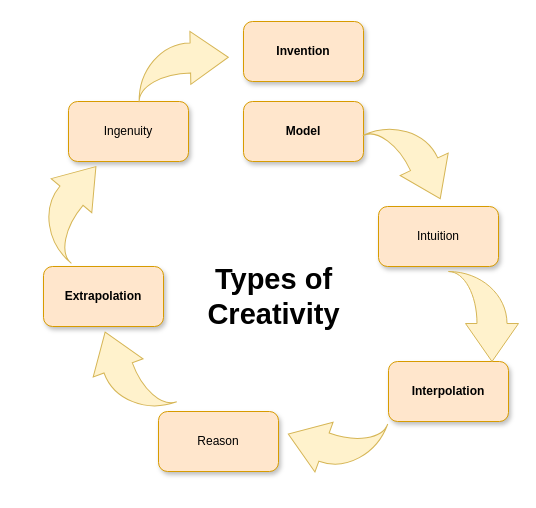
codeaudit/1 keeps this draw.io diagram as creativity_cycle.drawio. Above is the earlier version. Source tidied: cells renumbered, new cells numbered last; positions are measured from the earlier drawing's top-left corner, leaving out a move shared by most shapes. Both pictures are drawn from the tidied source at 100%, with x=0, y=0 at pixel (28, 21).
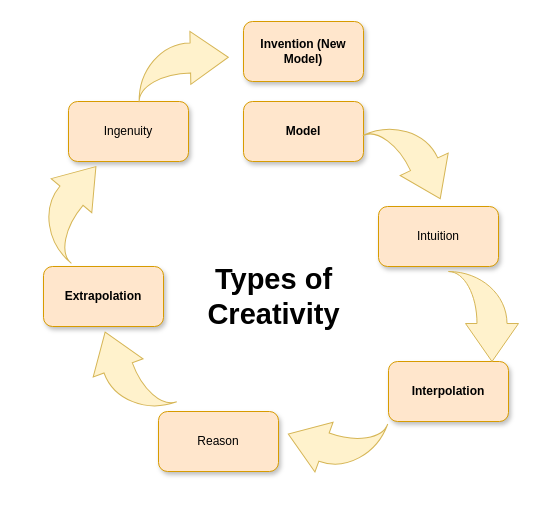
After the change.

Diff of the diagram source:
```diff
@@
 <mxGraphModel background="#ffffff">
   <root>
     <mxCell id="0" />
     <mxCell id="1" parent="0" />
-    <mxCell id="2" value="&lt;b&gt;Invention&lt;/b&gt;" style="rounded=1;whiteSpace=wrap;html=1;shadow=1;strokeColor=#d79b00;fillColor=#ffe6cc;align=center;" parent="1" vertex="1">
+    <mxCell id="2" value="&lt;b&gt;Invention (New Model)&lt;/b&gt;" style="rounded=1;whiteSpace=wrap;html=1;shadow=1;strokeColor=#d79b00;fillColor=#ffe6cc;align=center;" parent="1" vertex="1">
       <mxGeometry x="215" width="120" height="60" as="geometry" />
     </mxCell>
     <mxCell id="3" value="&lt;b&gt;Model&lt;/b&gt;" style="rounded=1;whiteSpace=wrap;html=1;shadow=1;strokeColor=#d79b00;fillColor=#ffe6cc;align=center;" parent="1" vertex="1">
       <mxGeometry x="215" y="80" width="120" height="60" as="geometry" />
     </mxCell>
     <mxCell id="4" value="Intuition" style="rounded=1;whiteSpace=wrap;html=1;shadow=1;strokeColor=#d79b00;fillColor=#ffe6cc;align=center;" parent="1" vertex="1">
       <mxGeometry x="350" y="185" width="120" height="60" as="geometry" />
     </mxCell>
     <mxCell id="5" value="&lt;b&gt;Interpolation&lt;/b&gt;" style="rounded=1;whiteSpace=wrap;html=1;shadow=1;strokeColor=#d79b00;fillColor=#ffe6cc;align=center;" parent="1" vertex="1">
       <mxGeometry x="360" y="340" width="120" height="60" as="geometry" />
     </mxCell>
     <mxCell id="6" value="Reason" style="rounded=1;whiteSpace=wrap;html=1;shadow=1;strokeColor=#d79b00;fillColor=#ffe6cc;align=center;" parent="1" vertex="1">
       <mxGeometry x="130" y="390" width="120" height="60" as="geometry" />
     </mxCell>
     <mxCell id="7" value="&lt;b&gt;Extrapolation&lt;/b&gt;" style="rounded=1;whiteSpace=wrap;html=1;shadow=1;strokeColor=#d79b00;fillColor=#ffe6cc;align=center;" parent="1" vertex="1">
       <mxGeometry x="15" y="245" width="120" height="60" as="geometry" />
     </mxCell>
     <mxCell id="8" value="Ingenuity" style="rounded=1;whiteSpace=wrap;html=1;shadow=1;strokeColor=#d79b00;fillColor=#ffe6cc;align=center;" parent="1" vertex="1">
       <mxGeometry x="40" y="80" width="120" height="60" as="geometry" />
     </mxCell>
     <mxCell id="9" style="html=1;shadow=0;dashed=0;align=center;verticalAlign=middle;shape=mxgraph.arrows2.jumpInArrow;dy=15;dx=38;arrowHead=53;strokeColor=#d6b656;fillColor=#fff2cc;rotation=90;" parent="1" vertex="1">
       <mxGeometry x="410" y="260" width="90" height="70" as="geometry" />
     </mxCell>
     <mxCell id="10" style="html=1;shadow=0;dashed=0;align=center;verticalAlign=middle;shape=mxgraph.arrows2.jumpInArrow;dy=15;dx=38;arrowHead=53;strokeColor=#d6b656;fillColor=#fff2cc;rotation=-110;" parent="1" vertex="1">
       <mxGeometry x="55" y="315" width="90" height="70" as="geometry" />
     </mxCell>
     <mxCell id="11" style="html=1;shadow=0;dashed=0;align=center;verticalAlign=middle;shape=mxgraph.arrows2.jumpInArrow;dy=15;dx=38;arrowHead=53;strokeColor=#d6b656;fillColor=#fff2cc;rotation=-160;" parent="1" vertex="1">
       <mxGeometry x="260" y="385" width="90" height="70" as="geometry" />
     </mxCell>
     <mxCell id="12" style="html=1;shadow=0;dashed=0;align=center;verticalAlign=middle;shape=mxgraph.arrows2.jumpInArrow;dy=15;dx=38;arrowHead=53;strokeColor=#d6b656;fillColor=#fff2cc;rotation=65;" parent="1" vertex="1">
       <mxGeometry x="340" y="105" width="90" height="70" as="geometry" />
     </mxCell>
     <mxCell id="13" style="html=1;shadow=0;dashed=0;align=center;verticalAlign=middle;shape=mxgraph.arrows2.jumpInArrow;dy=15;dx=38;arrowHead=53;strokeColor=#d6b656;fillColor=#fff2cc;rotation=-50;" parent="1" vertex="1">
       <mxGeometry y="150" width="90" height="70" as="geometry" />
     </mxCell>
     <mxCell id="14" style="html=1;shadow=0;dashed=0;align=center;verticalAlign=middle;shape=mxgraph.arrows2.jumpInArrow;dy=15;dx=38;arrowHead=53;strokeColor=#d6b656;fillColor=#fff2cc;rotation=-1;" parent="1" vertex="1">
       <mxGeometry x="110" y="10" width="90" height="70" as="geometry" />
     </mxCell>
     <mxCell id="15" value="&lt;font style=&quot;font-size: 29px&quot;&gt;&lt;b&gt;Types of&lt;br&gt;Creativity&lt;br&gt;&lt;/b&gt;&lt;/font&gt;" style="text;html=1;align=center;verticalAlign=middle;" parent="1" vertex="1">
       <mxGeometry x="170" y="255" width="150" height="40" as="geometry" />
     </mxCell>
   </root>
 </mxGraphModel>
```
